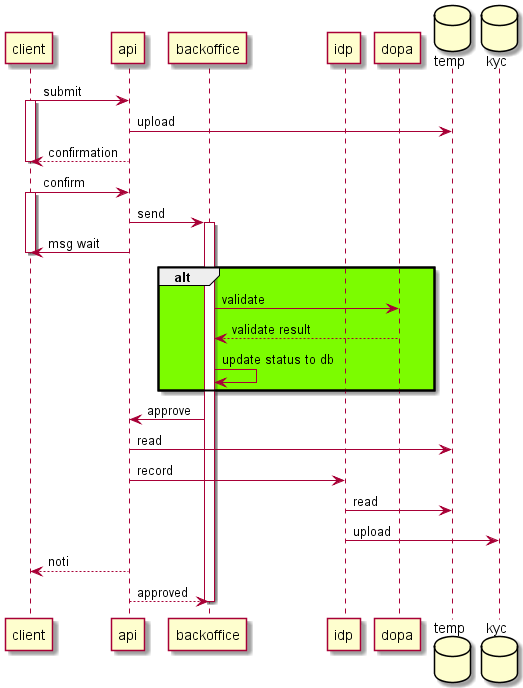
Earlier version of the PlantUML export kyc/out/kyc-sequence/kyc.png (BugLordTO/cart-ideas).
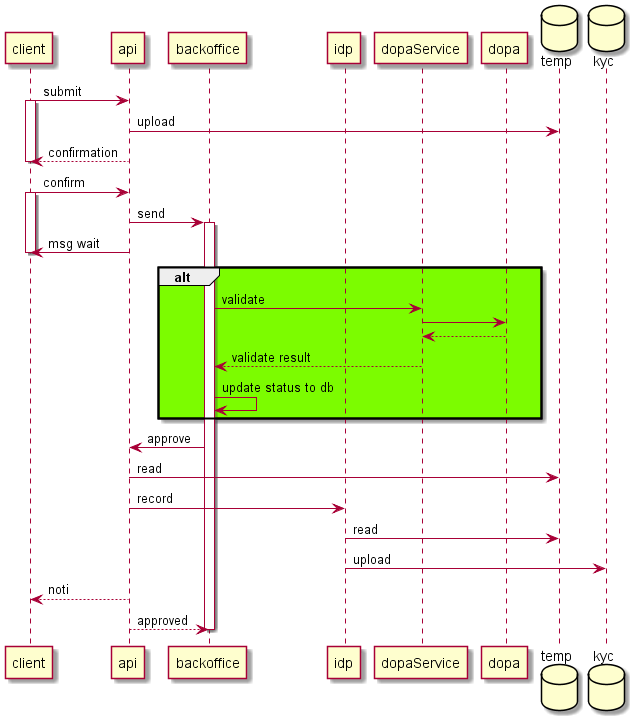
After the commit.

The edit, as a diff of the source:
```diff
@@ -4,6 +4,7 @@
 participant api
 participant backoffice
 participant idp
+participant dopaService
 participant dopa
 database temp
 database kyc
@@ -22,8 +23,10 @@
 deactivate client
 
 alt #LawnGreen
-    backoffice -> dopa : validate
-    backoffice <-- dopa : validate result
+    backoffice -> dopaService : validate
+    dopaService -> dopa
+    dopaService <-- dopa
+    backoffice <-- dopaService : validate result
     backoffice -> backoffice : update status to db
 end
 
```
